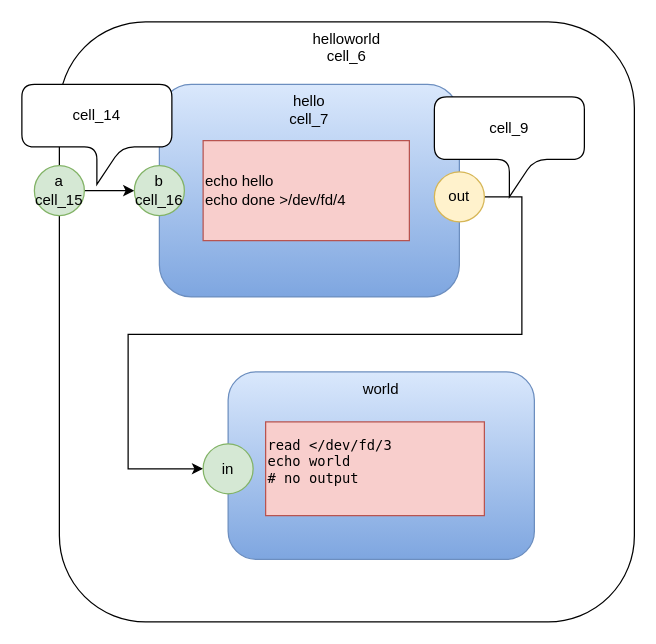
This is page "Page-1" (1 of 4) of das2f/doc/designrule-Edge-Containment.drawio.drawio from guitarvydas/app, a draw.io file, before an edit. Source tidied: cells renumbered, new cells numbered last; positions are measured from the earlier drawing's top-left corner, leaving out a move shared by most shapes. Both pictures are drawn from the tidied source at 125%, with x=0, y=0 at pixel (21, 21).
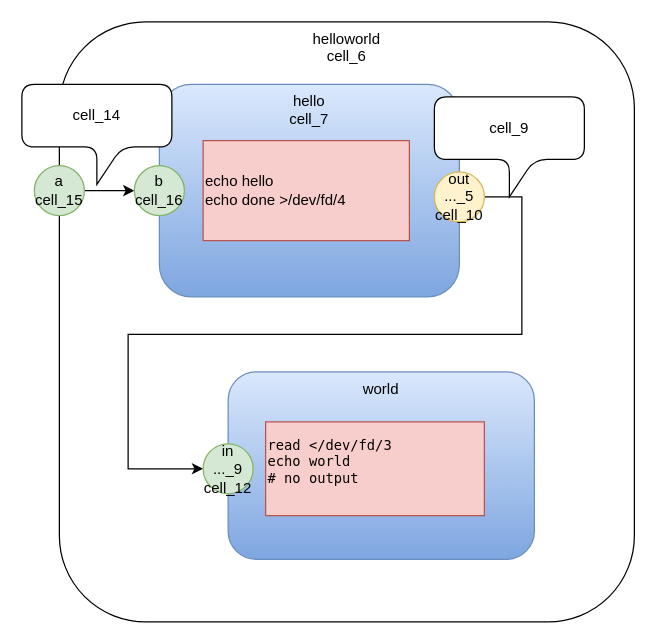
After the change.

Diff of the diagram source:
```diff
@@
 <mxGraphModel>
   <root>
     <mxCell id="0" />
     <mxCell id="1" parent="0" />
     <mxCell id="2" value="helloworld&lt;br&gt;cell_6" style="rounded=1;whiteSpace=wrap;html=1;verticalAlign=top;" parent="1" vertex="1">
       <mxGeometry x="30" width="460" height="480" as="geometry" />
     </mxCell>
     <mxCell id="3" value="hello&lt;br&gt;cell_7" style="rounded=1;whiteSpace=wrap;html=1;gradientColor=#7ea6e0;fillColor=#dae8fc;strokeColor=#6c8ebf;verticalAlign=top;" parent="1" vertex="1">
       <mxGeometry x="110" y="50" width="240" height="170" as="geometry" />
     </mxCell>
     <mxCell id="4" value="&lt;div&gt;echo hello&lt;/div&gt;&lt;div&gt;&lt;/div&gt;echo done &amp;gt;/dev/fd/4" style="rounded=0;whiteSpace=wrap;html=1;fillColor=#f8cecc;strokeColor=#b85450;align=left;" parent="1" vertex="1">
       <mxGeometry x="145" y="95" width="165" height="80" as="geometry" />
     </mxCell>
     <mxCell id="5" style="edgeStyle=orthogonalEdgeStyle;rounded=0;jettySize=auto;html=1;entryX=0;entryY=0.5;entryDx=0;entryDy=0;" parent="1" edge="1" source="6" target="8">
       <mxGeometry relative="1" as="geometry">
         <Array as="points">
           <mxPoint x="400" y="140" />
           <mxPoint x="400" y="250" />
           <mxPoint x="85" y="250" />
           <mxPoint x="85" y="358" />
         </Array>
       </mxGeometry>
     </mxCell>
-    <mxCell id="6" value="out" style="ellipse;whiteSpace=wrap;html=1;fillColor=#fff2cc;strokeColor=#d6b656;" parent="1" vertex="1">
+    <mxCell id="6" value="out&lt;br&gt;..._5&lt;br&gt;cell_10" style="ellipse;whiteSpace=wrap;html=1;fillColor=#fff2cc;strokeColor=#d6b656;" parent="1" vertex="1">
       <mxGeometry x="330" y="120" width="40" height="40" as="geometry" />
     </mxCell>
     <mxCell id="7" value="world" style="rounded=1;whiteSpace=wrap;html=1;gradientColor=#7ea6e0;fillColor=#dae8fc;strokeColor=#6c8ebf;verticalAlign=top;" parent="1" vertex="1">
       <mxGeometry x="165" y="280" width="245" height="150" as="geometry" />
     </mxCell>
-    <mxCell id="8" value="in" style="ellipse;whiteSpace=wrap;html=1;fillColor=#d5e8d4;strokeColor=#82b366;" parent="1" vertex="1">
+    <mxCell id="8" value="in&lt;br&gt;..._9&lt;br&gt;cell_12" style="ellipse;whiteSpace=wrap;html=1;fillColor=#d5e8d4;strokeColor=#82b366;" parent="1" vertex="1">
       <mxGeometry x="145" y="337.5" width="40" height="40" as="geometry" />
     </mxCell>
     <mxCell id="9" value="&lt;p class=&quot;p1&quot; style=&quot;margin: 0px ; font-stretch: normal ; font-size: 11px ; line-height: normal ; font-family: &amp;#34;menlo&amp;#34;&quot;&gt;&lt;span class=&quot;s1&quot;&gt;read &amp;lt;/dev/fd/3&lt;/span&gt;&lt;/p&gt;&lt;p class=&quot;p1&quot; style=&quot;margin: 0px ; font-stretch: normal ; font-size: 11px ; line-height: normal ; font-family: &amp;#34;menlo&amp;#34;&quot;&gt;&lt;span class=&quot;s1&quot;&gt;echo world&lt;/span&gt;&lt;/p&gt;&lt;p class=&quot;p1&quot; style=&quot;margin: 0px ; font-stretch: normal ; font-size: 11px ; line-height: normal ; font-family: &amp;#34;menlo&amp;#34;&quot;&gt;&lt;span class=&quot;s1&quot;&gt;# no output&lt;/span&gt;&lt;/p&gt;&lt;p class=&quot;p1&quot; style=&quot;margin: 0px ; font-stretch: normal ; font-size: 11px ; line-height: normal ; font-family: &amp;#34;menlo&amp;#34;&quot;&gt;&lt;br&gt;&lt;/p&gt;" style="rounded=0;whiteSpace=wrap;html=1;fillColor=#f8cecc;strokeColor=#b85450;align=left;" parent="1" vertex="1">
       <mxGeometry x="195" y="320" width="175" height="75" as="geometry" />
     </mxCell>
     <mxCell id="10" style="edgeStyle=orthogonalEdgeStyle;rounded=0;jettySize=auto;html=1;entryX=0;entryY=0.5;entryDx=0;entryDy=0;" parent="1" edge="1" source="11" target="12">
       <mxGeometry relative="1" as="geometry" />
     </mxCell>
     <mxCell id="11" value="a&lt;br&gt;cell_15" style="ellipse;whiteSpace=wrap;html=1;fillColor=#d5e8d4;strokeColor=#82b366;" parent="1" vertex="1">
       <mxGeometry x="10" y="115" width="40" height="40" as="geometry" />
     </mxCell>
     <mxCell id="12" value="b&lt;br&gt;cell_16" style="ellipse;whiteSpace=wrap;html=1;fillColor=#d5e8d4;strokeColor=#82b366;" parent="1" vertex="1">
       <mxGeometry x="90" y="115" width="40" height="40" as="geometry" />
     </mxCell>
     <mxCell id="13" value="cell_14" style="shape=callout;rounded=1;whiteSpace=wrap;html=1;perimeter=calloutPerimeter;" parent="1" vertex="1">
       <mxGeometry y="50" width="120" height="80" as="geometry" />
     </mxCell>
     <mxCell id="14" value="cell_9" style="shape=callout;rounded=1;whiteSpace=wrap;html=1;perimeter=calloutPerimeter;" parent="1" vertex="1">
       <mxGeometry x="330" y="60" width="120" height="80" as="geometry" />
     </mxCell>
   </root>
 </mxGraphModel>
```
